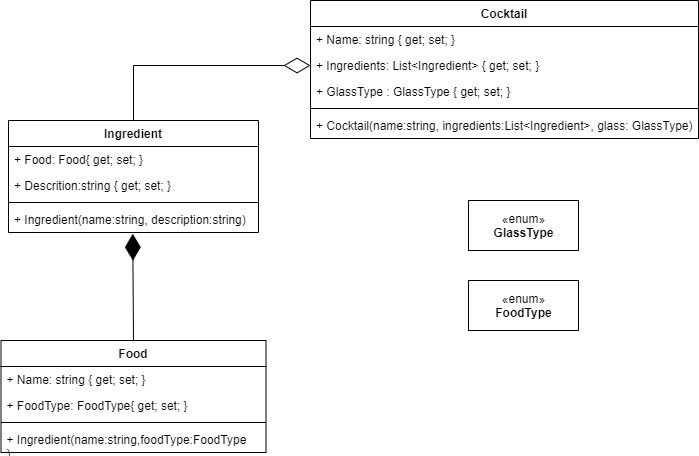
jonash871j/H2-Cocktails-EntityFramework keeps this draw.io diagram as ClassDiagram.png. Above is the earlier version. Source tidied: cells renumbered, new cells last; positions are measured from the earlier drawing's top-left corner, leaving out a move shared by most shapes.
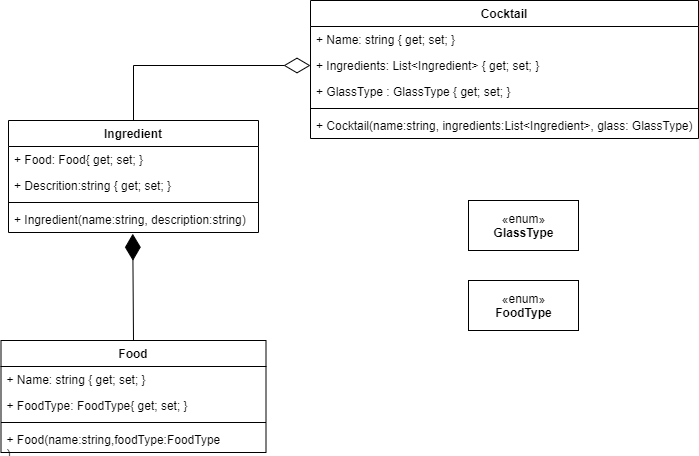
The same file after the commit.

What changed in the source:
```diff
@@ -57,7 +57,7 @@
     <mxCell id="18" style="line;strokeWidth=1;fillColor=none;align=left;verticalAlign=middle;spacingTop=-1;spacingLeft=3;spacingRight=3;labelPosition=right;" parent="15" vertex="1">
       <mxGeometry y="78" width="265" height="8" as="geometry" />
     </mxCell>
-    <mxCell id="19" value="+ Ingredient(name:string,foodType:FoodType&#10;)&#10;)" style="text;strokeColor=none;fillColor=none;align=left;verticalAlign=top;spacingLeft=4;spacingRight=4;overflow=hidden;" parent="15" vertex="1">
+    <mxCell id="19" value="+ Food(name:string,foodType:FoodType&#10;)&#10;)" style="text;strokeColor=none;fillColor=none;align=left;verticalAlign=top;spacingLeft=4;spacingRight=4;overflow=hidden;" parent="15" vertex="1">
       <mxGeometry y="86" width="265" height="26" as="geometry" />
     </mxCell>
     <mxCell id="20" style="endArrow=diamondThin;endFill=1;endSize=24;html=1;entryX=0.497;entryY=1.048;entryDx=0;entryDy=0;exitX=0.5;exitY=0;exitDx=0;exitDy=0;entryPerimeter=0;" parent="1" edge="1" source="15" target="12">
```
